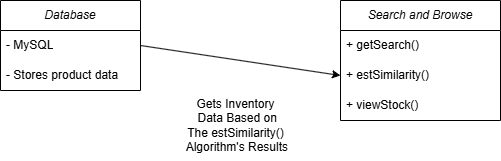
This is Use Case Diagrams/browse_and_search_through_current_listings/browse_and_search_through_current_listings_CLASS_DIAGRAM.drawio.png from gavinbarry60/group8, a draw.io export, as it was before one commit. Source tidied: cells renumbered, new cells last; positions are measured from the earlier drawing's top-left corner, leaving out a move shared by most shapes.
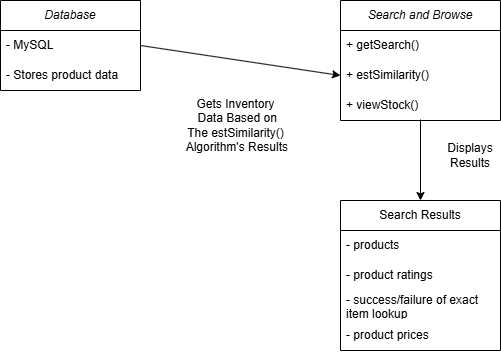
Later version of the same file.

Diff of the diagram source:
```diff
@@ -29,5 +29,28 @@
     <mxCell id="10" value="Gets Inventory&lt;div&gt;&amp;nbsp;Data Based on&lt;div&gt;The estSimilarity()&lt;/div&gt;&lt;div&gt;&amp;nbsp;Algorithm's Results&lt;/div&gt;&lt;/div&gt;" style="text;html=1;align=center;verticalAlign=middle;strokeColor=none;fillColor=none;" parent="1" vertex="1">
       <mxGeometry x="170" y="90" width="130" height="70" as="geometry" />
     </mxCell>
+    <mxCell id="11" value="Search Results" style="swimlane;fontStyle=0;horizontal=1;startSize=30;whiteSpace=wrap;html=1;" parent="1" vertex="1">
+      <mxGeometry x="340" y="200" width="160" height="150" as="geometry" />
+    </mxCell>
+    <mxCell id="12" value="- products" style="text;strokeColor=none;fillColor=none;align=left;verticalAlign=middle;spacingLeft=4;spacingRight=4;overflow=hidden;whiteSpace=wrap;html=1;" parent="11" vertex="1">
+      <mxGeometry y="30" width="160" height="30" as="geometry" />
+    </mxCell>
+    <mxCell id="13" value="- product ratings" style="text;strokeColor=none;fillColor=none;align=left;verticalAlign=middle;spacingLeft=4;spacingRight=4;overflow=hidden;whiteSpace=wrap;html=1;" parent="11" vertex="1">
+      <mxGeometry y="60" width="160" height="30" as="geometry" />
+    </mxCell>
+    <mxCell id="14" value="- success/failure of exact item lookup" style="text;strokeColor=none;fillColor=none;align=left;verticalAlign=middle;spacingLeft=4;spacingRight=4;overflow=hidden;whiteSpace=wrap;html=1;" parent="11" vertex="1">
+      <mxGeometry y="90" width="160" height="30" as="geometry" />
+    </mxCell>
+    <mxCell id="15" value="- product prices" style="text;strokeColor=none;fillColor=none;align=left;verticalAlign=middle;spacingLeft=4;spacingRight=4;overflow=hidden;whiteSpace=wrap;html=1;" parent="11" vertex="1">
+      <mxGeometry y="120" width="160" height="30" as="geometry" />
+    </mxCell>
+    <mxCell id="16" style="endArrow=classic;html=1;rounded=0;entryX=0.5;entryY=0;entryDx=0;entryDy=0;" parent="1" edge="1" target="11">
+      <mxGeometry relative="1" as="geometry">
+        <mxPoint x="420" y="119" as="sourcePoint" />
+      </mxGeometry>
+    </mxCell>
+    <mxCell id="17" value="Displays Results" style="text;html=1;align=center;verticalAlign=middle;whiteSpace=wrap;rounded=0;" parent="1" vertex="1">
+      <mxGeometry x="440" y="140" width="60" height="30" as="geometry" />
+    </mxCell>
   </root>
 </mxGraphModel>
```
